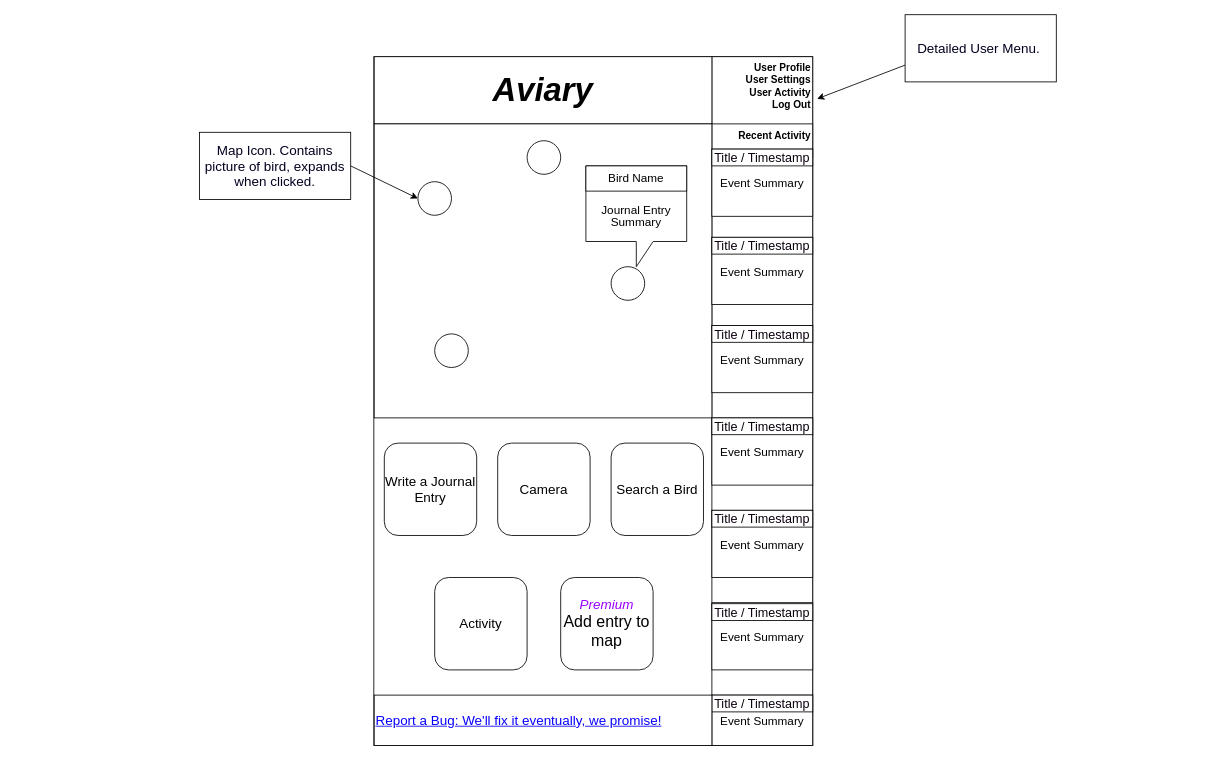
The draw.io diagram siteGUI.drawio in 221205-test-engineering/Aviary-Build-A-Site, before the edit. Source tidied: cells renumbered, new cells numbered last; positions are measured from the earlier drawing's top-left corner, leaving out a move shared by most shapes. Both pictures are drawn from the tidied source at 84%, with x=0, y=0 at pixel (199, 14).
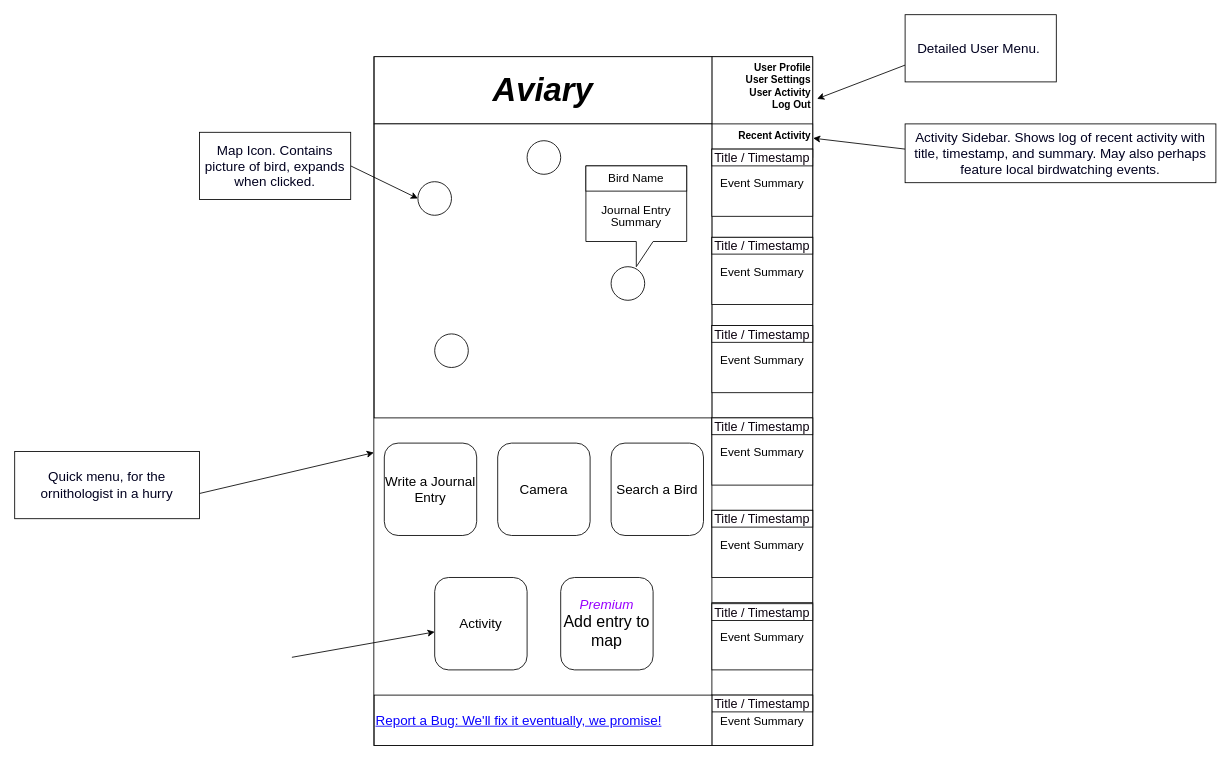
The same diagram, later.

The change refers to these unchanged cells:
```xml
<mxCell id="2" style="rounded=0;whiteSpace=wrap;html=1;rotation=90;verticalAlign=top;align=left;" parent="1" vertex="1">
  <mxGeometry x="58.8" y="198.8" width="820" height="522.5" as="geometry" />
</mxCell>
<mxCell id="5" value="&lt;b&gt;Recent Activity&lt;/b&gt;" style="rounded=0;whiteSpace=wrap;html=1;verticalAlign=top;align=right;" parent="1" vertex="1">
  <mxGeometry x="610" y="130" width="120" height="740" as="geometry" />
</mxCell>
<mxCell id="27" value="Activity" style="rounded=1;whiteSpace=wrap;html=1;fontFamily=Helvetica;fontSize=16;fontColor=#000000;" parent="1" vertex="1">
  <mxGeometry x="280" y="670" width="110" height="110" as="geometry" />
</mxCell>
```

The edit, as a diff of the source:
```diff
@@
+    <mxCell id="37" style="endArrow=classic;html=1;rounded=0;fontFamily=Helvetica;fontSize=16;fontColor=#01001F;entryX=1.004;entryY=0.023;entryDx=0;entryDy=0;entryPerimeter=0;" parent="1" edge="1" target="5">
+      <mxGeometry relative="1" as="geometry">
+        <mxPoint x="840" y="160" as="sourcePoint" />
+      </mxGeometry>
+    </mxCell>
+    <mxCell id="38" value="Activity Sidebar. Shows log of recent activity with title, timestamp, and summary. May also perhaps feature local birdwatching events." style="rounded=0;whiteSpace=wrap;html=1;fontFamily=Helvetica;fontSize=16;fontColor=#01001F;" parent="1" vertex="1">
+      <mxGeometry x="840" y="130" width="370" height="70" as="geometry" />
+    </mxCell>
+    <mxCell id="39" style="endArrow=classic;html=1;rounded=0;fontFamily=Helvetica;fontSize=16;fontColor=#01001F;" parent="1" edge="1" target="27">
+      <mxGeometry relative="1" as="geometry">
+        <mxPoint x="110" y="765" as="sourcePoint" />
+      </mxGeometry>
+    </mxCell>
+    <mxCell id="40" style="endArrow=classic;html=1;rounded=0;fontFamily=Helvetica;fontSize=16;fontColor=#01001F;" parent="1" edge="1" target="2">
+      <mxGeometry relative="1" as="geometry">
+        <mxPoint y="570" as="sourcePoint" />
+      </mxGeometry>
+    </mxCell>
+    <mxCell id="41" value="Quick menu, for the ornithologist in a hurry" style="rounded=0;whiteSpace=wrap;html=1;fontFamily=Helvetica;fontSize=16;fontColor=#01001F;" parent="1" vertex="1">
+      <mxGeometry x="-220" y="520" width="220" height="80" as="geometry" />
+    </mxCell>
```
